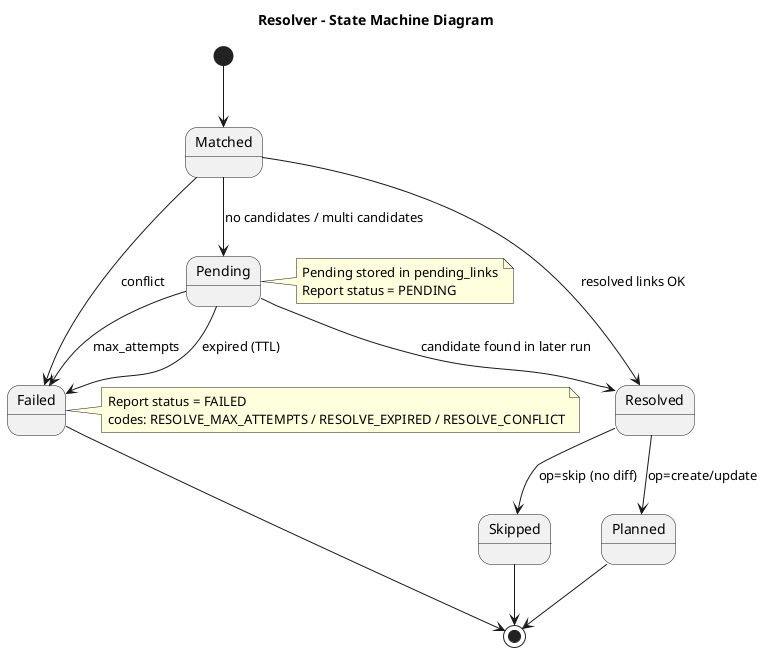
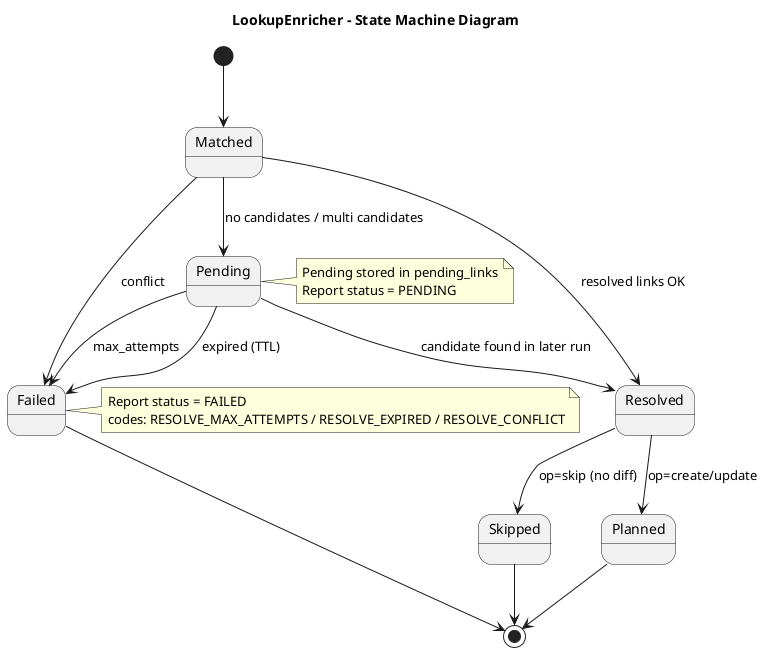
@startuml
- title Resolver - State Machine Diagram
+ title LookupEnricher - State Machine Diagram

[*] --> Matched

Matched --> Failed : conflict
Matched --> Pending : no candidates / multi candidates
Matched --> Resolved : resolved links OK

Pending --> Resolved : candidate found in later run
Pending --> Failed : max_attempts
Pending --> Failed : expired (TTL)

Resolved --> Planned : op=create/update
Resolved --> Skipped : op=skip (no diff)

Failed --> [*]
Planned --> [*]
Skipped --> [*]

note right of Pending
Pending stored in pending_links
Report status = PENDING
end note

note right of Failed
Report status = FAILED
codes: RESOLVE_MAX_ATTEMPTS / RESOLVE_EXPIRED / RESOLVE_CONFLICT
end note

@enduml
